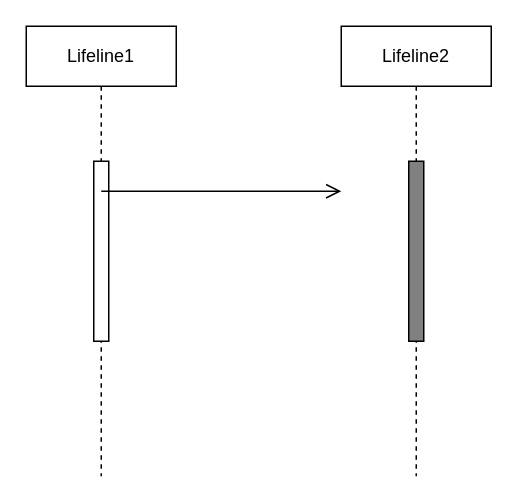
1DeliDolu/lern-karte keeps this draw.io diagram as lernkarte/_doku/uml.drawio. Above is the earlier version. Source tidied: cells renumbered, new cells numbered last; positions are measured from the earlier drawing's top-left corner, leaving out a move shared by most shapes. Both pictures are drawn from the tidied source at 150%, with x=0, y=0 at pixel (26, 26).
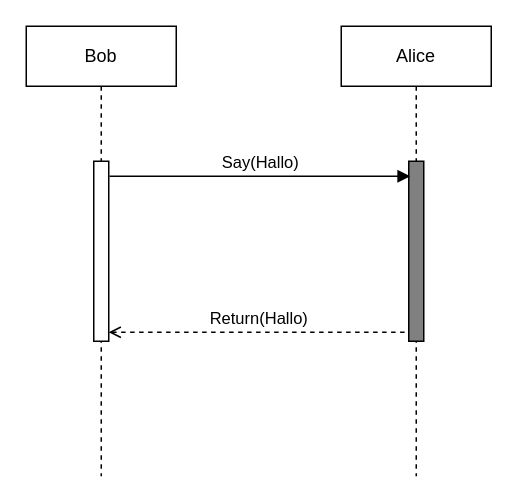
The same diagram, later.

What changed in the source:
```diff
@@
 <mxGraphModel>
   <root>
     <mxCell id="0" />
     <mxCell id="1" parent="0" />
-    <mxCell id="2" value="Lifeline2" style="shape=umlLifeline;perimeter=lifelinePerimeter;whiteSpace=wrap;html=1;newEdgeStyle={&quot;edgeStyle&quot;:&quot;elbowEdgeStyle&quot;,&quot;elbow&quot;:&quot;vertical&quot;,&quot;curved&quot;:0,&quot;rounded&quot;:0};" parent="1" vertex="1">
+    <mxCell id="2" value="Alice" style="shape=umlLifeline;perimeter=lifelinePerimeter;whiteSpace=wrap;html=1;newEdgeStyle={&quot;edgeStyle&quot;:&quot;elbowEdgeStyle&quot;,&quot;elbow&quot;:&quot;vertical&quot;,&quot;curved&quot;:0,&quot;rounded&quot;:0};" parent="1" vertex="1">
       <mxGeometry x="210" width="100" height="300" as="geometry" />
     </mxCell>
     <mxCell id="3" style="html=1;perimeter=orthogonalPerimeter;targetShapes=umlLifeline;newEdgeStyle={&quot;curved&quot;:0,&quot;rounded&quot;:0};fillColor=#808080;" parent="2" vertex="1">
       <mxGeometry x="45" y="90" width="10" height="120" as="geometry" />
     </mxCell>
-    <mxCell id="4" value="Lifeline1" style="shape=umlLifeline;perimeter=lifelinePerimeter;whiteSpace=wrap;html=1;newEdgeStyle={&quot;edgeStyle&quot;:&quot;elbowEdgeStyle&quot;,&quot;elbow&quot;:&quot;vertical&quot;,&quot;curved&quot;:0,&quot;rounded&quot;:0};" parent="1" vertex="1">
+    <mxCell id="4" value="Bob" style="shape=umlLifeline;perimeter=lifelinePerimeter;whiteSpace=wrap;html=1;newEdgeStyle={&quot;edgeStyle&quot;:&quot;elbowEdgeStyle&quot;,&quot;elbow&quot;:&quot;vertical&quot;,&quot;curved&quot;:0,&quot;rounded&quot;:0};" parent="1" vertex="1">
       <mxGeometry width="100" height="300" as="geometry" />
     </mxCell>
     <mxCell id="5" style="html=1;perimeter=orthogonalPerimeter;targetShapes=umlLifeline;newEdgeStyle={&quot;curved&quot;:0,&quot;rounded&quot;:0};" parent="4" vertex="1">
       <mxGeometry x="45" y="90" width="10" height="120" as="geometry" />
     </mxCell>
-    <mxCell id="6" style="endArrow=open;startArrow=none;endFill=0;startFill=0;endSize=8;html=1;verticalAlign=bottom;labelBackgroundColor=none;strokeWidth=1;" parent="1" edge="1">
-      <mxGeometry relative="1" as="geometry">
-        <mxPoint x="50" y="110" as="sourcePoint" />
-        <mxPoint x="210" y="110" as="targetPoint" />
-      </mxGeometry>
-    </mxCell>
+    <mxCell id="7" value="Say(Hallo)" style="html=1;verticalAlign=bottom;labelBackgroundColor=none;endArrow=block;endFill=1;" parent="1" edge="1">
+      <mxGeometry relative="1" as="geometry">
+        <mxPoint x="55.5" y="100" as="sourcePoint" />
+        <mxPoint x="256" y="100" as="targetPoint" />
+        <Array as="points">
+          <mxPoint x="196" y="100" />
+        </Array>
+      </mxGeometry>
+    </mxCell>
+    <mxCell id="8" value="Return(Hallo)" style="html=1;verticalAlign=bottom;labelBackgroundColor=none;endArrow=none;endFill=0;dashed=1;startArrow=open;startFill=0;" parent="1" edge="1">
+      <mxGeometry relative="1" as="geometry">
+        <mxPoint x="55" y="204" as="sourcePoint" />
+        <mxPoint x="255" y="204" as="targetPoint" />
+        <Array as="points">
+          <mxPoint x="120" y="204" />
+        </Array>
+      </mxGeometry>
+    </mxCell>
   </root>
 </mxGraphModel>
```
